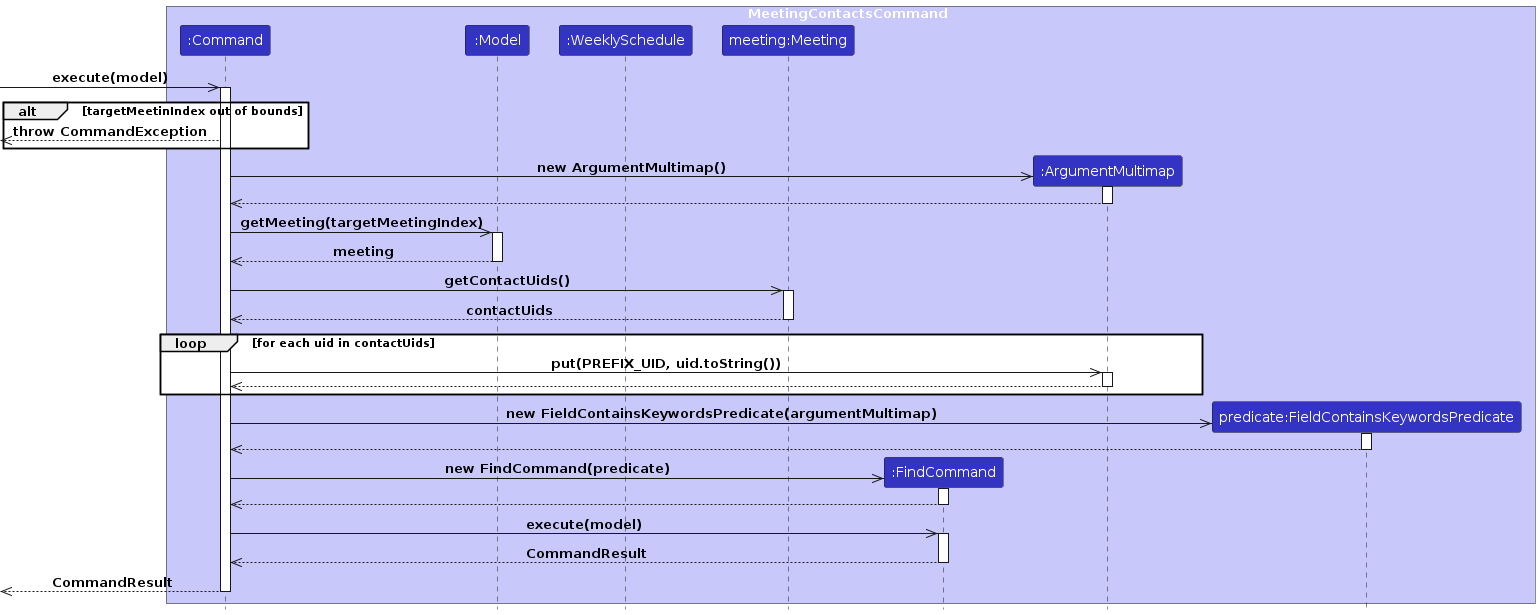
This is diagrams/MeetingContactsSequenceDiagram.png from AY2425S1-CS2103-F13-3/tp, a PlantUML export, as it was before one commit. Its source is kept beside it as diagrams/MeetingContactsSequenceDiagram.puml. The source it was exported from:
```plantuml
@startuml
!include style.puml
box MeetingContactsCommand LOGIC_COLOR_T1

participant ":Command" as Command LOGIC_COLOR
participant ":Model" as Model LOGIC_COLOR
participant ":WeeklySchedule" as WeeklySchedule LOGIC_COLOR
participant "meeting:Meeting" as Meeting LOGIC_COLOR
participant ":FindCommand" as FindCommand LOGIC_COLOR
participant ":ArgumentMultimap" as ArgumentMultimap LOGIC_COLOR
participant "predicate:FieldContainsKeywordsPredicate" as FieldContainsKeywordsPredicate LOGIC_COLOR

->>Command: execute(model)
activate Command

alt targetMeetinIndex out of bounds
    <<--Command: throw CommandException
end

create ArgumentMultimap
Command->>ArgumentMultimap: new ArgumentMultimap()
activate ArgumentMultimap
ArgumentMultimap-->>Command
deactivate ArgumentMultimap

Command->>Model: getMeeting(targetMeetingIndex)
activate Model
Model-->>Command: meeting
deactivate Model

Command->>Meeting: getContactUids()
activate Meeting
Meeting-->>Command: contactUids
deactivate Meeting

loop for each uid in contactUids
    Command->>ArgumentMultimap: put(PREFIX_UID, uid.toString())
    activate ArgumentMultimap
    ArgumentMultimap-->>Command
    deactivate ArgumentMultimap
end

create FieldContainsKeywordsPredicate
Command->>FieldContainsKeywordsPredicate: new FieldContainsKeywordsPredicate(argumentMultimap)
activate FieldContainsKeywordsPredicate
FieldContainsKeywordsPredicate-->>Command
deactivate FieldContainsKeywordsPredicate
create FindCommand
Command->>FindCommand: new FindCommand(predicate)
activate FindCommand
FindCommand-->>Command
deactivate FindCommand
Command->>FindCommand: execute(model)
activate FindCommand
FindCommand-->>Command: CommandResult
deactivate FindCommand
<<--Command: CommandResult
deactivate Command
@enduml
```
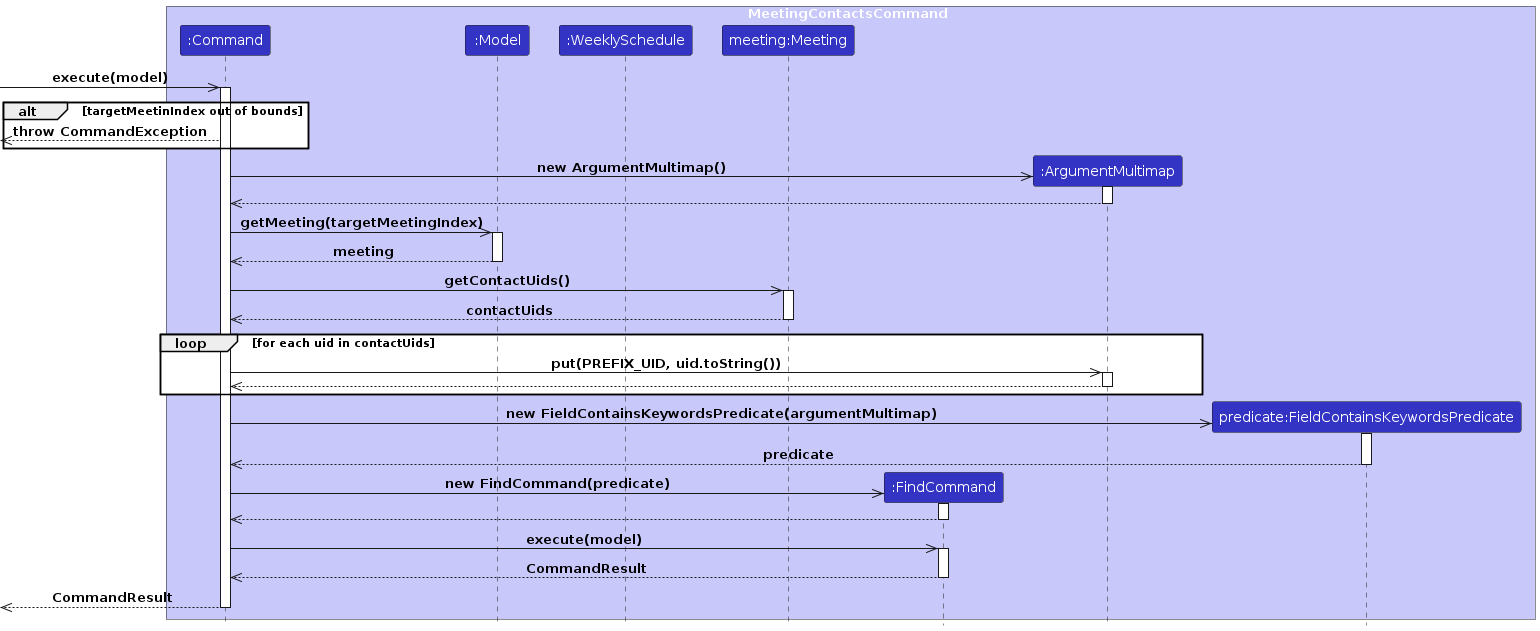
After the commit.

Diff of the diagram source:
```diff
@@ -43,7 +43,7 @@
 create FieldContainsKeywordsPredicate
 Command->>FieldContainsKeywordsPredicate: new FieldContainsKeywordsPredicate(argumentMultimap)
 activate FieldContainsKeywordsPredicate
-FieldContainsKeywordsPredicate-->>Command
+FieldContainsKeywordsPredicate-->>Command: predicate
 deactivate FieldContainsKeywordsPredicate
 create FindCommand
 Command->>FindCommand: new FindCommand(predicate)
```
